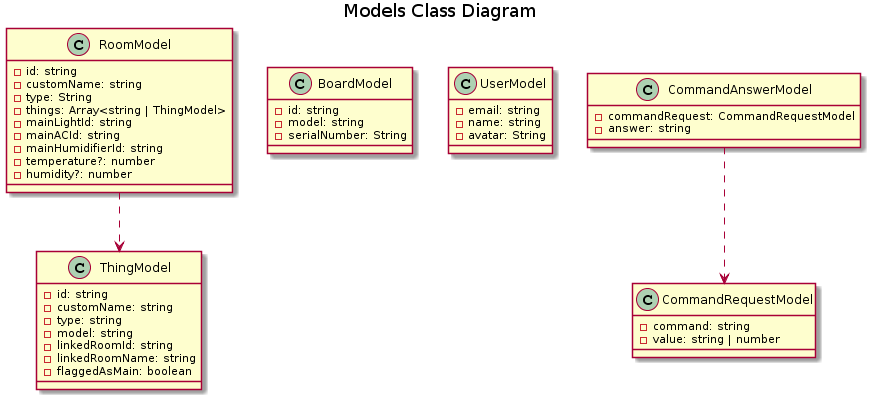
The PlantUML diagram figures/diagrams/front/architecture/models.png in Kadaiser/Memoria-de-Trabajo-de-Fin-de-Grado, before a commit. Source of this version:
```plantuml
@startuml
title Models Class Diagram

class RoomModel {
  - id: string
  - customName: string
  - type: String
  - things: Array<string | ThingModel>
  - mainLightId: string
  - mainACId: string
  - mainHumidifierId: string
  - temperature?: number
  - humidity?: number
}

class ThingModel {
  - id: string
  - customName: string
  - type: string
  - model: string
  - linkedRoomId: string
  - linkedRoomName: string
  - flaggedAsMain: boolean
}

class BoardModel {
  - id: string
  - model: string
  - serialNumber: String
}

class UserModel {
  - email: string
  - name: string
  - avatar: String
}

class CommandRequestModel {
  - command: string
  - value: string | number
}

class CommandAnswerModel {
  - commandRequest: CommandRequestModel
  - answer: string
}

RoomModel .down.> ThingModel
CommandAnswerModel .down.> CommandRequestModel
@enduml
```
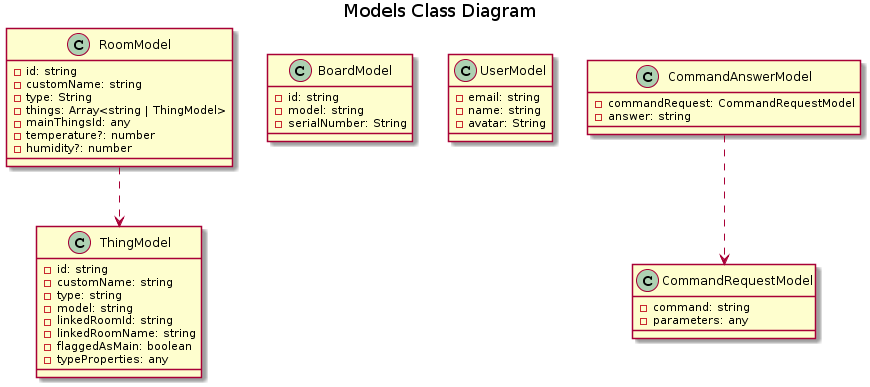
Later version of the same file.

Diff of the diagram source:
```diff
@@ -6,9 +6,7 @@
   - customName: string
   - type: String
   - things: Array<string | ThingModel>
-  - mainLightId: string
-  - mainACId: string
-  - mainHumidifierId: string
+  - mainThingsId: any
   - temperature?: number
   - humidity?: number
 }
@@ -21,6 +19,7 @@
   - linkedRoomId: string
   - linkedRoomName: string
   - flaggedAsMain: boolean
+  - typeProperties: any
 }
 
 class BoardModel {
@@ -37,7 +36,7 @@
 
 class CommandRequestModel {
   - command: string
-  - value: string | number
+  - parameters: any
 }
 
 class CommandAnswerModel {
```
